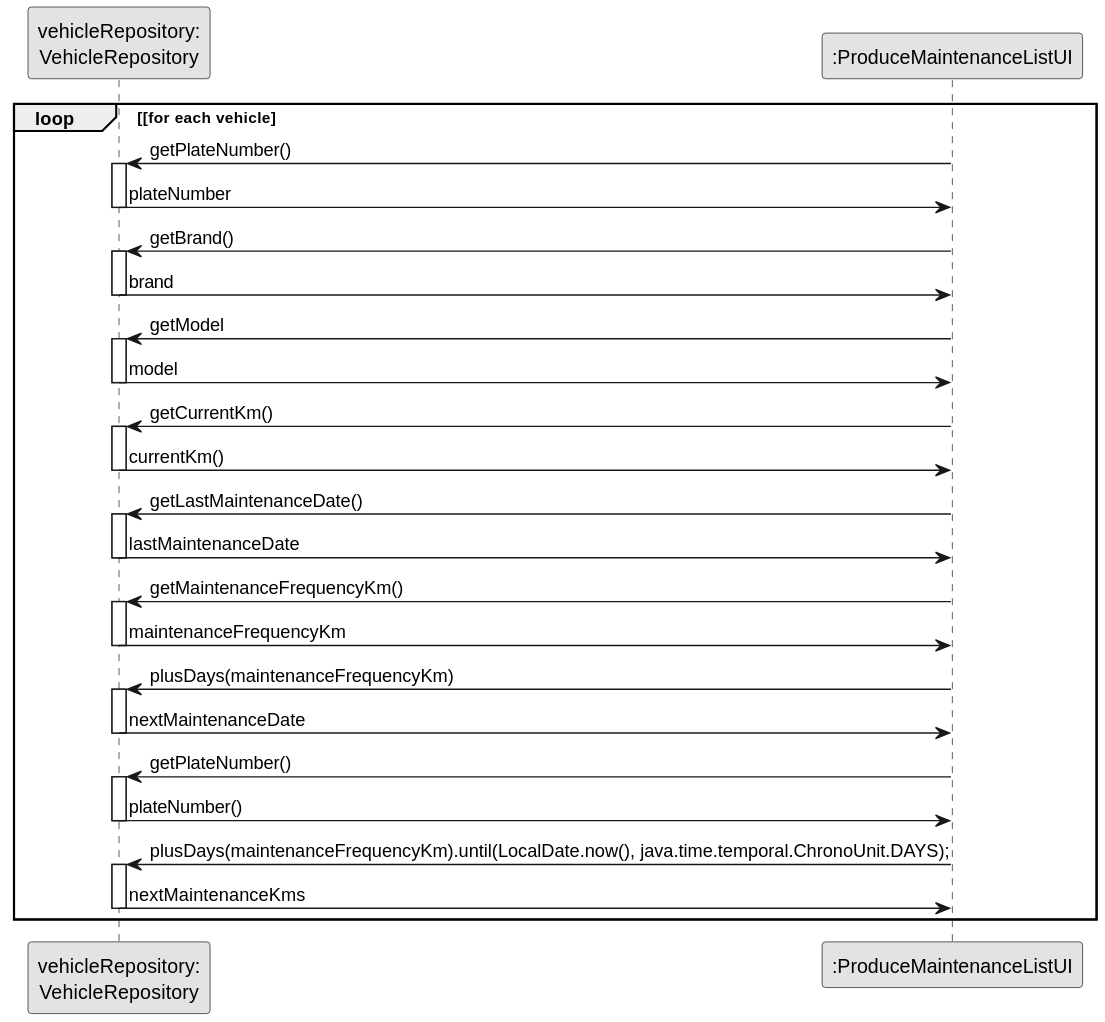
tiagosoa/lei-24-s2-1dgh-g073 keeps this PlantUML diagram as docs/sprint3/us008/03.design/svg/us008-sequence-diagram-partial-get-vehicle-parts.svg. Above is the earlier version.
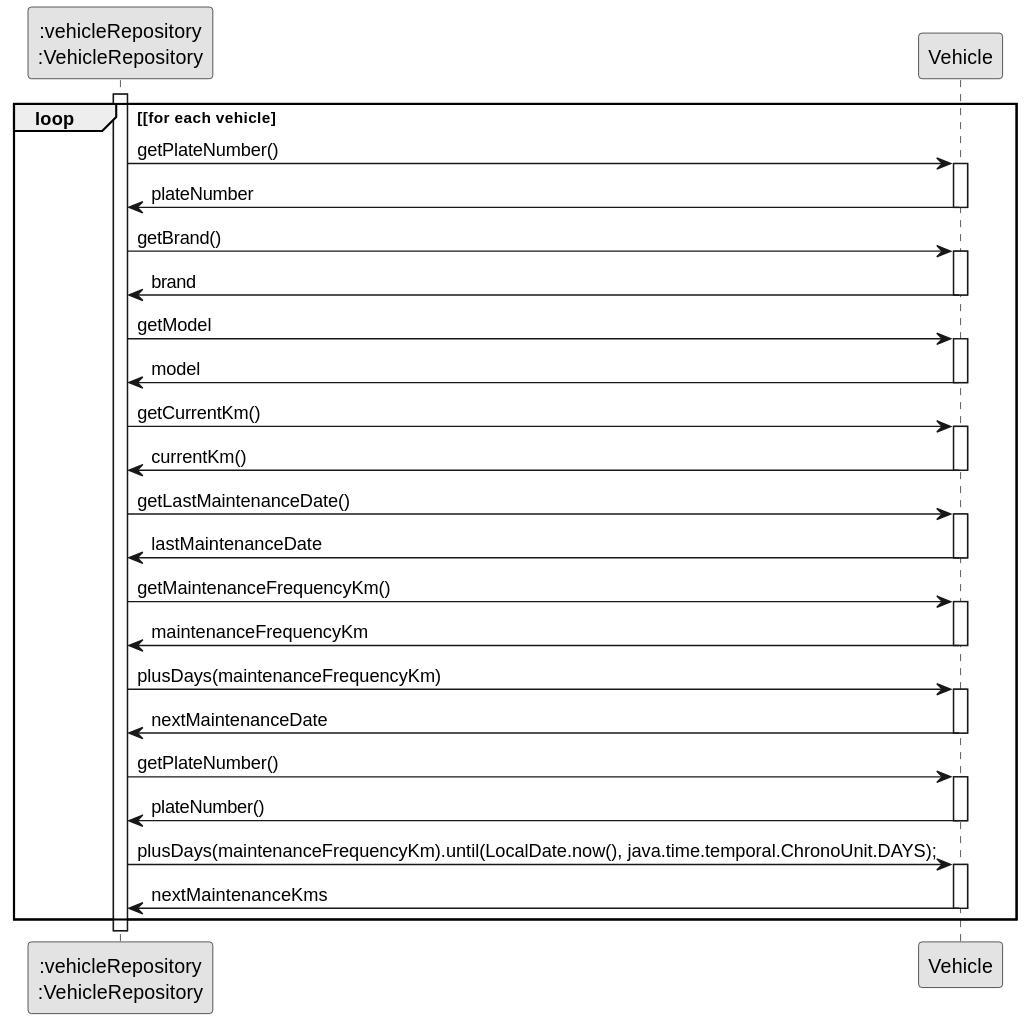
After the change.

Change to the diagram source:
```diff
@@ -3,65 +3,66 @@
 skinparam packageStyle rectangle
 skinparam shadowing false
 
-participant "vehicleRepository:\nVehicleRepository" as VR
-participant ":ProduceMaintenanceListUI" as UI
 
+participant ":vehicleRepository\n:VehicleRepository" as VR
+participant "Vehicle" as VEICULO
+activate VR
             loop [for each vehicle
-             UI -> VR: getPlateNumber()
-             activate VR
+             VR -> VEICULO: getPlateNumber()
+             activate VEICULO
 
-             VR -> UI: plateNumber
-             deactivate VR
+             VEICULO -> VR: plateNumber
+             deactivate VEICULO
 
-             UI -> VR: getBrand()
-                         activate VR
+             VR -> VEICULO: getBrand()
+                         activate VEICULO
 
-                         VR -> UI: brand
-                         deactivate VR
+                         VEICULO -> VR: brand
+                         deactivate VEICULO
 
-             UI -> VR: getModel
-                         activate VR
+             VR -> VEICULO: getModel
+                         activate VEICULO
 
-                         VR -> UI: model
-                         deactivate VR
+                         VEICULO -> VR: model
+                         deactivate VEICULO
 
 
-             UI -> VR: getCurrentKm()
-                         activate VR
+             VR -> VEICULO: getCurrentKm()
+                         activate VEICULO
 
-                         VR -> UI: currentKm()
-                         deactivate VR
+                         VEICULO -> VR: currentKm()
+                         deactivate VEICULO
 
-             UI -> VR: getLastMaintenanceDate()
-                         activate VR
+             VR -> VEICULO: getLastMaintenanceDate()
+                         activate VEICULO
 
-                         VR -> UI: lastMaintenanceDate
-                         deactivate VR
+                         VEICULO -> VR: lastMaintenanceDate
+                         deactivate VEICULO
 
-             UI -> VR: getMaintenanceFrequencyKm()
-                         activate VR
+             VR -> VEICULO: getMaintenanceFrequencyKm()
+                         activate VEICULO
 
-                         VR -> UI: maintenanceFrequencyKm
-                         deactivate VR
+                         VEICULO -> VR: maintenanceFrequencyKm
+                         deactivate VEICULO
 
-             UI -> VR: plusDays(maintenanceFrequencyKm)
-                         activate VR
+             VR -> VEICULO: plusDays(maintenanceFrequencyKm)
+                         activate VEICULO
 
-                         VR -> UI: nextMaintenanceDate
-                         deactivate VR
+                         VEICULO -> VR: nextMaintenanceDate
+                         deactivate VEICULO
 
-             UI -> VR: getPlateNumber()
-                         activate VR
+             VR -> VEICULO: getPlateNumber()
+                         activate VEICULO
 
-                         VR -> UI: plateNumber()
-                         deactivate VR
+                         VEICULO -> VR: plateNumber()
+                         deactivate VEICULO
 
 
-             UI -> VR: plusDays(maintenanceFrequencyKm).until(LocalDate.now(), java.time.temporal.ChronoUnit.DAYS);
-                         activate VR
+             VR -> VEICULO: plusDays(maintenanceFrequencyKm).until(LocalDate.now(), java.time.temporal.ChronoUnit.DAYS);
+                         activate VEICULO
 
-                         VR -> UI: nextMaintenanceKms
-                         deactivate VR
+                         VEICULO -> VR: nextMaintenanceKms
+                         deactivate VEICULO
 
              end
 @enduml
```
